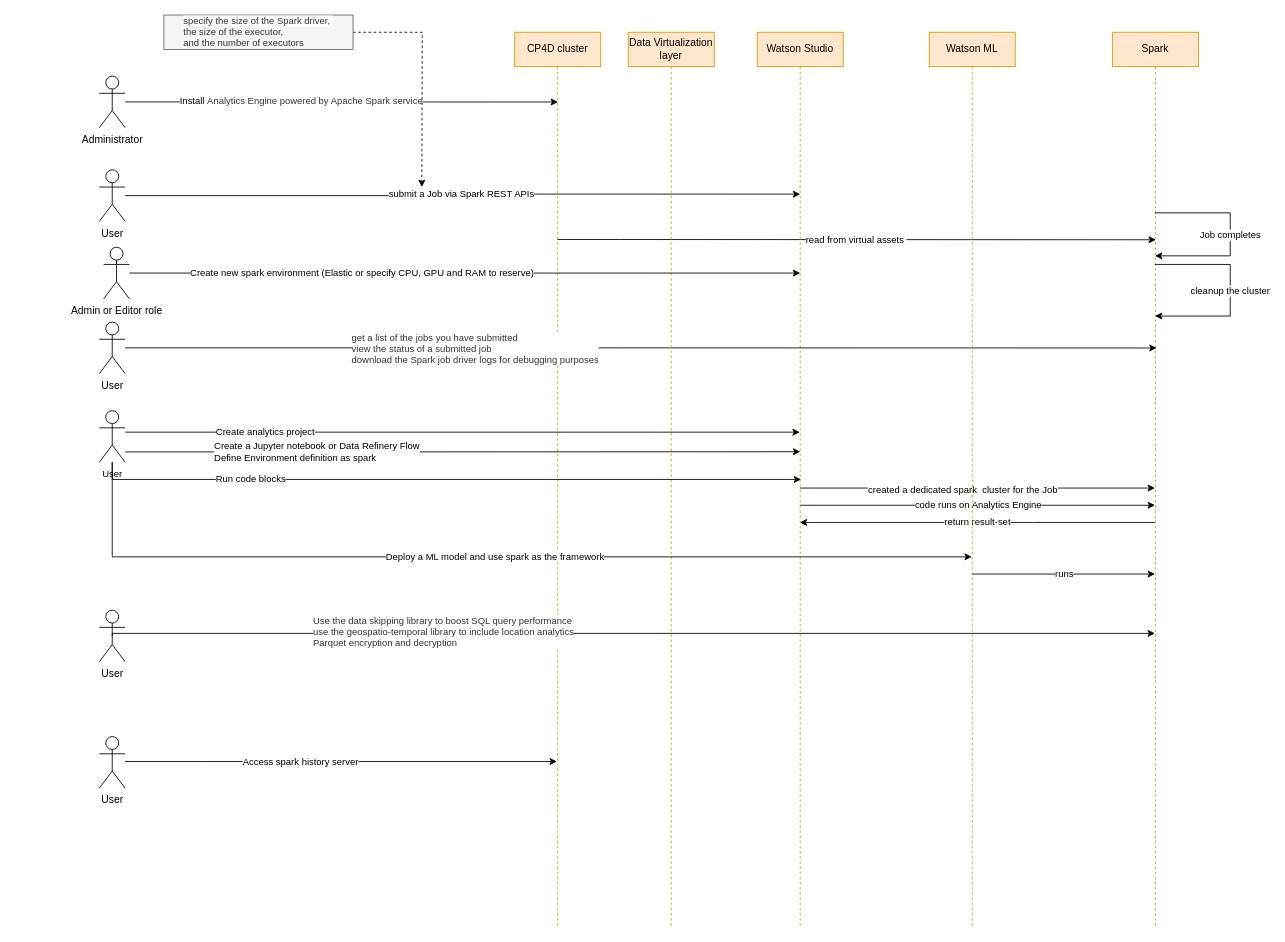
The draw.io diagram spark.drawio in kanchantewary/CloudPakForData, before the edit. Source tidied: cells renumbered, new cells numbered last; positions are measured from the earlier drawing's top-left corner, leaving out a move shared by most shapes. Both pictures are drawn from the tidied source at 86%, with x=0, y=0 at pixel (99, 15).
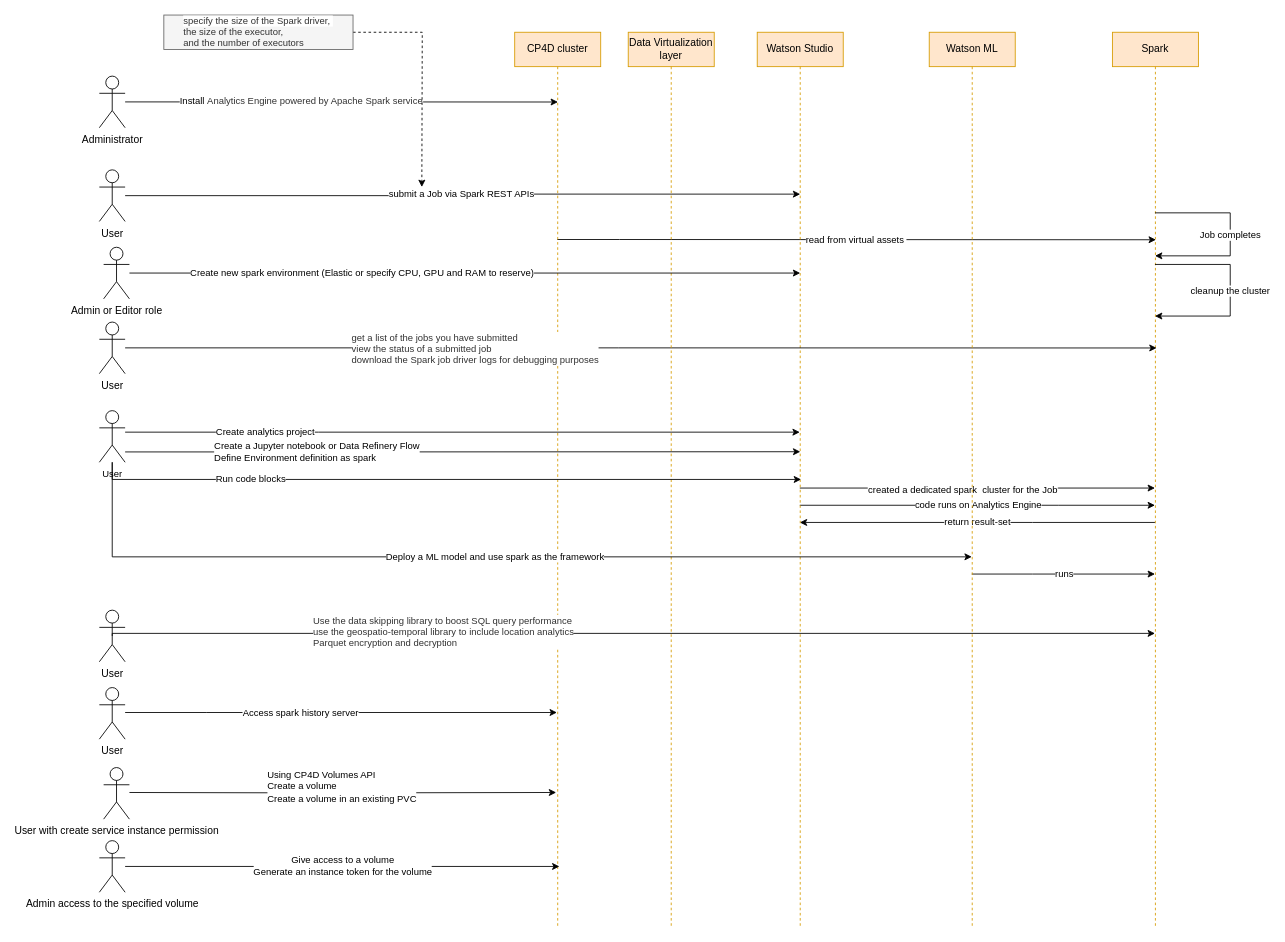
Above is the later version.

Unchanged cells that the change refers to:
```xml
<mxCell id="7" value="CP4D cluster" style="shape=umlLifeline;perimeter=lifelinePerimeter;whiteSpace=wrap;html=1;outlineConnect=0;fillColor=#ffe6cc;strokeColor=#d79b00;" parent="1" vertex="1">
  <mxGeometry x="483" y="20" width="100" height="1040" as="geometry" />
</mxCell>
```

Diff of the diagram source:
```diff
@@
     <mxCell id="24" style="edgeStyle=orthogonalEdgeStyle;rounded=0;jettySize=auto;html=1;entryX=0.491;entryY=0.549;entryDx=0;entryDy=0;entryPerimeter=0;" parent="1" edge="1" source="26">
       <mxGeometry relative="1" as="geometry">
-        <mxPoint x="532.1" y="868" as="targetPoint" />
+        <mxPoint x="532.1" y="811" as="targetPoint" />
         <Array as="points">
-          <mxPoint x="125" y="868" />
-          <mxPoint x="125" y="868" />
+          <mxPoint x="125" y="811" />
+          <mxPoint x="125" y="811" />
         </Array>
       </mxGeometry>
     </mxCell>
@@
     <mxCell id="26" value="User" style="shape=umlActor;verticalLabelPosition=bottom;verticalAlign=top;html=1;outlineConnect=0;" parent="1" vertex="1">
-      <mxGeometry y="839" width="30" height="60" as="geometry" />
+      <mxGeometry y="782" width="30" height="60" as="geometry" />
     </mxCell>
@@
+    <mxCell id="37" value="&lt;div style=&quot;text-align: left&quot;&gt;Using CP4D Volumes API&lt;/div&gt;&lt;div style=&quot;text-align: left&quot;&gt;Create a volume&lt;/div&gt;&lt;div style=&quot;text-align: left&quot;&gt;Create a volume in an existing PVC&lt;/div&gt;&lt;div style=&quot;text-align: left&quot;&gt;&lt;br&gt;&lt;/div&gt;" style="edgeStyle=orthogonalEdgeStyle;rounded=0;jettySize=auto;html=1;entryX=0.482;entryY=0.85;entryDx=0;entryDy=0;entryPerimeter=0;" parent="1" edge="1" target="7">
+      <mxGeometry relative="1" as="geometry">
+        <mxPoint x="35" y="904" as="sourcePoint" />
+      </mxGeometry>
+    </mxCell>
+    <mxCell id="38" value="Give access to a volume&lt;br&gt;Generate an instance token for the volume" style="edgeStyle=orthogonalEdgeStyle;rounded=0;jettySize=auto;html=1;" parent="1" edge="1" source="40">
+      <mxGeometry relative="1" as="geometry">
+        <mxPoint x="535" y="990" as="targetPoint" />
+        <Array as="points">
+          <mxPoint x="20" y="990" />
+        </Array>
+      </mxGeometry>
+    </mxCell>
+    <mxCell id="39" value="User with create service instance permission" style="shape=umlActor;verticalLabelPosition=bottom;verticalAlign=top;html=1;" parent="1" vertex="1">
+      <mxGeometry x="5" y="875" width="30" height="60" as="geometry" />
+    </mxCell>
+    <mxCell id="40" value="Admin access to the specified volume" style="shape=umlActor;verticalLabelPosition=bottom;verticalAlign=top;html=1;outlineConnect=0;" parent="1" vertex="1">
+      <mxGeometry y="960" width="30" height="60" as="geometry" />
+    </mxCell>
```
